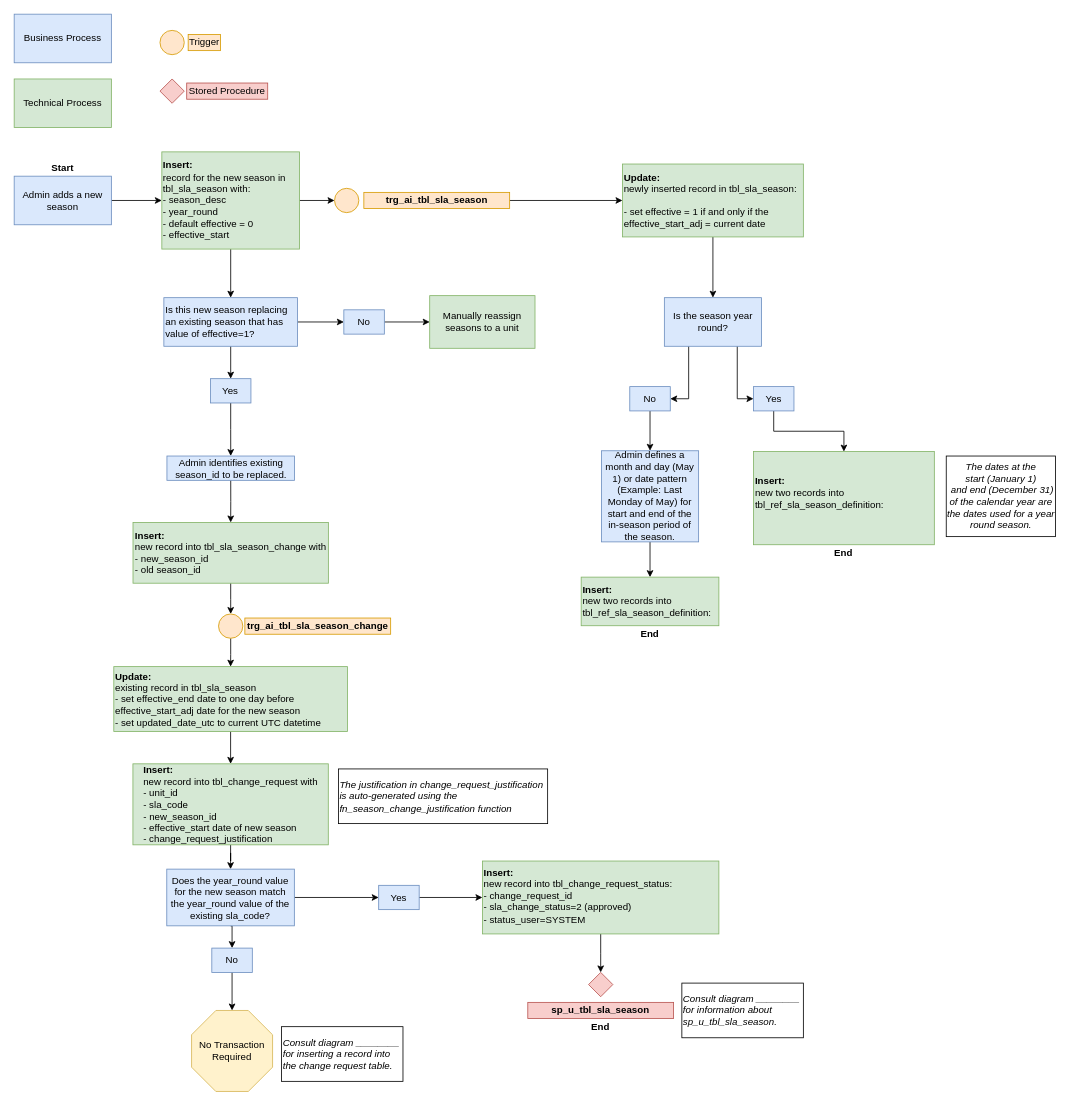
This is images/diagram1.drawio from NYC-Parks/SLADB, a draw.io file, before an edit. Source tidied: cells renumbered, new cells numbered last; positions are measured from the earlier drawing's top-left corner, leaving out a move shared by most shapes. Both pictures are drawn from the tidied source at 81%, with x=0, y=0 at pixel (14, 14).
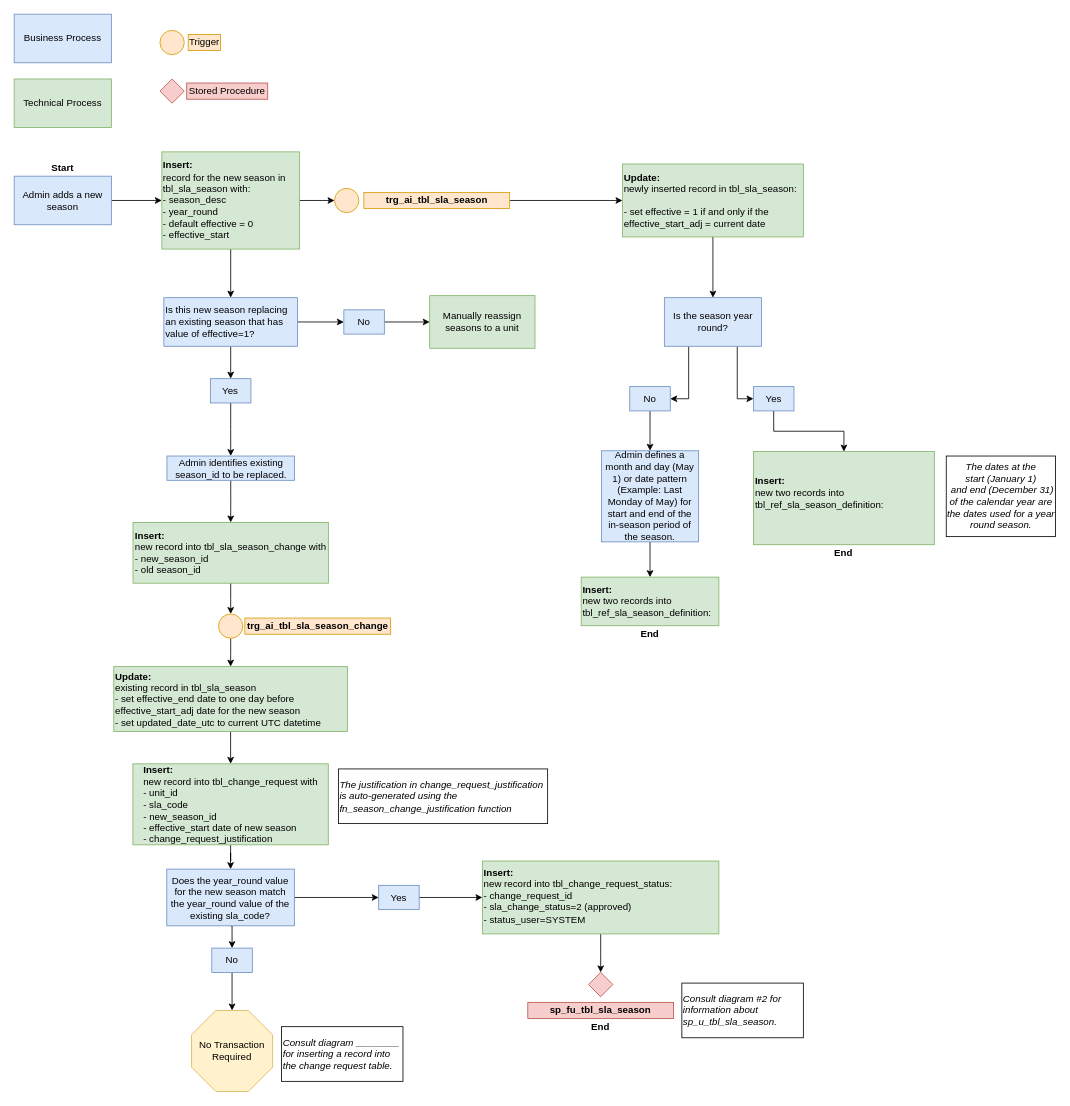
Above is the later version.

Diff of the diagram source:
```diff
@@
-    <mxCell id="45" value="&lt;b&gt;sp_u_tbl_sla_season&lt;/b&gt;" style="text;html=1;strokeColor=#b85450;fillColor=#f8cecc;align=center;verticalAlign=middle;whiteSpace=wrap;rounded=0;" parent="1" vertex="1">
+    <mxCell id="45" value="&lt;b&gt;sp_fu_tbl_sla_season&lt;/b&gt;" style="text;html=1;strokeColor=#b85450;fillColor=#f8cecc;align=center;verticalAlign=middle;whiteSpace=wrap;rounded=0;" parent="1" vertex="1">
       <mxGeometry x="634.1" y="1220" width="180" height="20" as="geometry" />
     </mxCell>
-    <mxCell id="46" value="Consult diagram ________ for information about sp_u_tbl_sla_season." style="rounded=0;whiteSpace=wrap;html=1;align=left;fontStyle=2;fillColor=none;" parent="1" vertex="1">
+    <mxCell id="46" value="Consult diagram #2 for information about sp_u_tbl_sla_season." style="rounded=0;whiteSpace=wrap;html=1;align=left;fontStyle=2;fillColor=none;" parent="1" vertex="1">
       <mxGeometry x="824.3" y="1196.2" width="150" height="67.5" as="geometry" />
     </mxCell>
```
